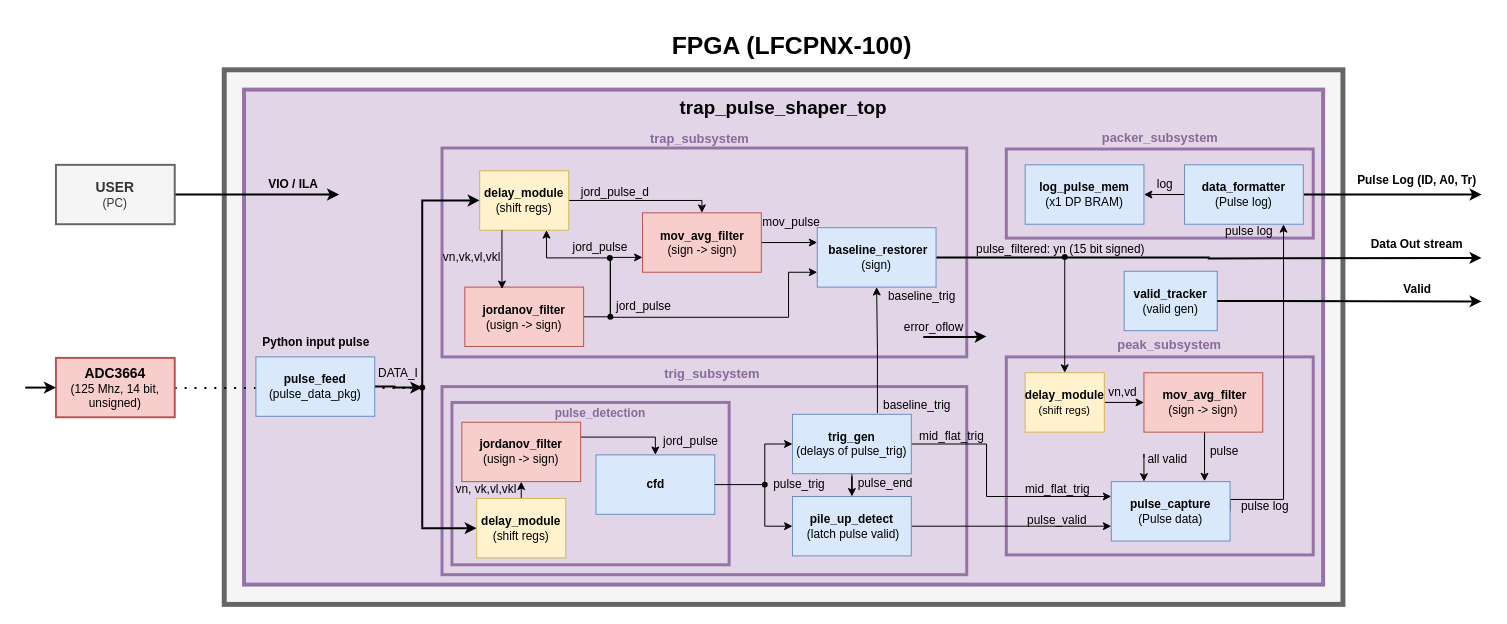
Before: docs/Trapezoidal_Pulse_Shaper_BD.drawio in mexarlg/trap_filter, a draw.io diagram. Source tidied: cells renumbered, new cells numbered last; positions are measured from the earlier drawing's top-left corner, leaving out a move shared by most shapes. Both pictures are drawn from the tidied source at 99%, with x=0, y=0 at pixel (25, 30).
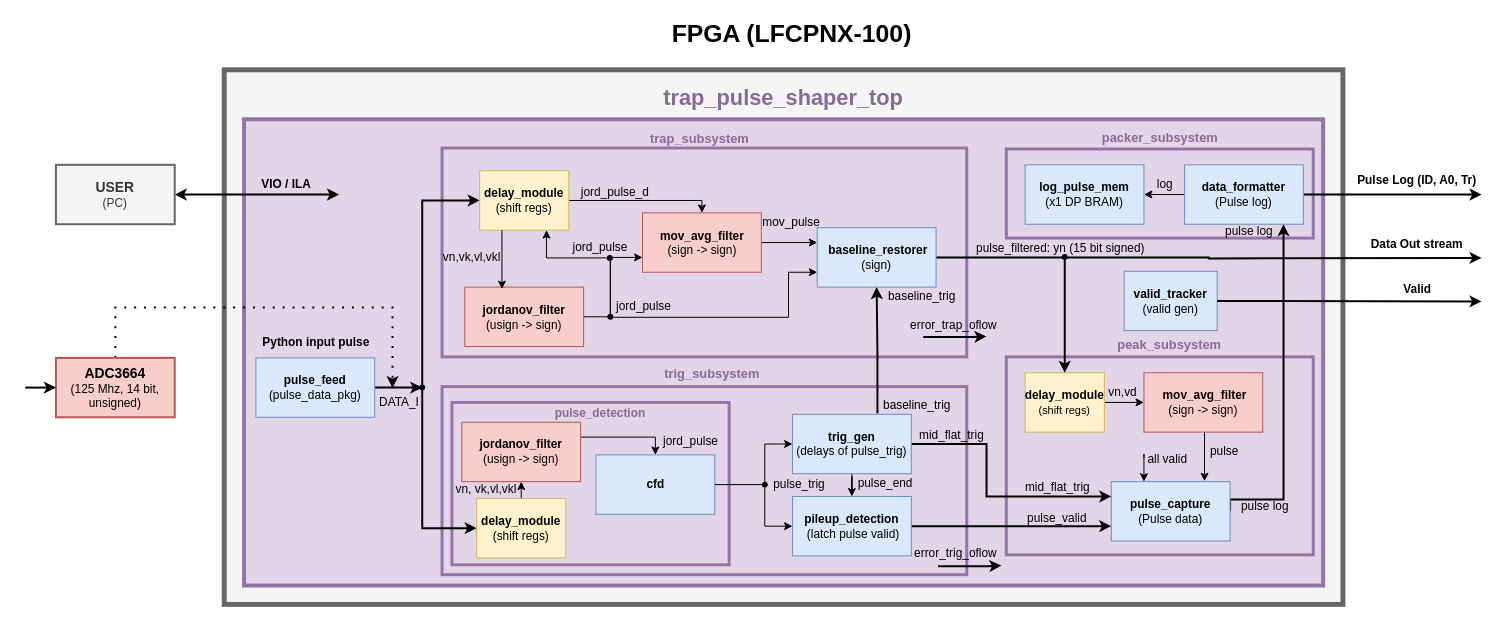
The same page after the edit.

Commit message (it also covers changes not shown here):
Added: pileup_detection module to assert if a pulse is valid or not due pileup. Changed top wrappers, tb environment, compilation scripts and ILA constraints.

The change refers to these unchanged cells:
```xml
<mxCell id="9" value="&lt;b&gt;&lt;font style=&quot;font-size: 14px;&quot;&gt;ADC3664&lt;/font&gt;&lt;/b&gt;&lt;div&gt;(125 Mhz, 14 bit, unsigned)&lt;/div&gt;" style="rounded=0;whiteSpace=wrap;html=1;fillColor=#f8cecc;strokeColor=#b85450;strokeWidth=2;" parent="1" vertex="1">
  <mxGeometry x="31" y="331" width="120" height="60" as="geometry" />
</mxCell>
<mxCell id="22" value="&lt;div&gt;&lt;span style=&quot;background-color: transparent; color: light-dark(rgb(0, 0, 0), rgb(255, 255, 255));&quot;&gt;&lt;b&gt;delay_module&lt;/b&gt;&lt;/span&gt;&lt;/div&gt;&lt;div&gt;&lt;span style=&quot;background-color: transparent; color: light-dark(rgb(0, 0, 0), rgb(255, 255, 255));&quot;&gt;&lt;font style=&quot;font-size: 11px;&quot;&gt;(shift regs)&lt;/font&gt;&lt;/span&gt;&lt;/div&gt;" style="rounded=0;whiteSpace=wrap;html=1;fillColor=#fff2cc;strokeColor=#d6b656;" parent="1" vertex="1">
  <mxGeometry x="1010" y="346" width="80" height="60" as="geometry" />
</mxCell>
<mxCell id="24" value="&lt;div&gt;&lt;span style=&quot;background-color: transparent; color: light-dark(rgb(0, 0, 0), rgb(255, 255, 255));&quot;&gt;&lt;b&gt;pulse_capture&lt;/b&gt;&lt;/span&gt;&lt;/div&gt;&lt;div&gt;&lt;span style=&quot;background-color: transparent; color: light-dark(rgb(0, 0, 0), rgb(255, 255, 255));&quot;&gt;(Pulse data)&lt;/span&gt;&lt;/div&gt;" style="rounded=0;whiteSpace=wrap;html=1;fillColor=#dae8fc;strokeColor=#6c8ebf;" parent="1" vertex="1">
  <mxGeometry x="1097" y="456" width="120" height="60" as="geometry" />
</mxCell>
<mxCell id="29" value="&lt;b&gt;&lt;font style=&quot;font-size: 14px;&quot;&gt;USER&lt;/font&gt;&lt;/b&gt;&lt;div&gt;(PC)&lt;/div&gt;" style="rounded=0;whiteSpace=wrap;html=1;fillColor=#f5f5f5;fontColor=#333333;strokeColor=#666666;strokeWidth=2;" parent="1" vertex="1">
  <mxGeometry x="31" y="136" width="120" height="60" as="geometry" />
</mxCell>
<mxCell id="38" value="&lt;b&gt;trig_gen&lt;/b&gt;&lt;div&gt;(delays of pulse_trig)&lt;/div&gt;" style="rounded=0;whiteSpace=wrap;html=1;fillColor=#dae8fc;strokeColor=#6c8ebf;" parent="1" vertex="1">
  <mxGeometry x="775" y="388" width="120" height="60" as="geometry" />
</mxCell>
<mxCell id="42" value="&lt;div&gt;&lt;span style=&quot;background-color: transparent; color: light-dark(rgb(0, 0, 0), rgb(255, 255, 255));&quot;&gt;&lt;b&gt;&amp;nbsp;baseline_restorer&lt;/b&gt;&lt;/span&gt;&lt;/div&gt;&lt;div&gt;&lt;span style=&quot;background-color: transparent; color: light-dark(rgb(0, 0, 0), rgb(255, 255, 255));&quot;&gt;(sign)&lt;/span&gt;&lt;/div&gt;" style="rounded=0;whiteSpace=wrap;html=1;fillColor=#dae8fc;strokeColor=#6c8ebf;" parent="1" vertex="1">
  <mxGeometry x="800" y="199.5" width="120" height="60" as="geometry" />
</mxCell>
<mxCell id="44" value="&lt;div&gt;&lt;b&gt;data_formatter&lt;/b&gt;&lt;/div&gt;&lt;div&gt;&lt;span style=&quot;background-color: transparent; color: light-dark(rgb(0, 0, 0), rgb(255, 255, 255));&quot;&gt;(Pulse log)&lt;/span&gt;&lt;/div&gt;" style="rounded=0;whiteSpace=wrap;html=1;fillColor=#dae8fc;strokeColor=#6c8ebf;" parent="1" vertex="1">
  <mxGeometry x="1171" y="136" width="120" height="60" as="geometry" />
</mxCell>
<mxCell id="71" style="shape=waypoint;sketch=0;fillStyle=solid;size=6;points=[];fillColor=none;perimeter=centerPerimeter;snapToPoint=1;" parent="1" vertex="1">
  <mxGeometry x="1040" y="219" width="20" height="20" as="geometry" />
</mxCell>
```

Change to the diagram source:
```diff
@@
     <mxCell id="3" style="rounded=0;whiteSpace=wrap;html=1;fillColor=#e1d5e7;strokeColor=#9673a6;strokeWidth=4;" parent="1" vertex="1">
-      <mxGeometry x="221" y="60" width="1090" height="500" as="geometry" />
+      <mxGeometry x="221" y="90" width="1090" height="471" as="geometry" />
     </mxCell>
@@
-    <mxCell id="8" style="edgeStyle=orthogonalEdgeStyle;rounded=0;jettySize=auto;html=1;entryX=0.75;entryY=1;entryDx=0;entryDy=0;dashed=1;dashPattern=1 4;endArrow=none;endFill=0;strokeWidth=2;" parent="1" edge="1" source="9" target="60">
+    <mxCell id="8" style="edgeStyle=orthogonalEdgeStyle;rounded=0;jettySize=auto;html=1;dashed=1;dashPattern=1 4;endArrow=classic;endFill=1;strokeWidth=2;" parent="1" edge="1" source="9">
       <mxGeometry relative="1" as="geometry">
+        <mxPoint x="371" y="361.5" as="targetPoint" />
         <Array as="points">
-          <mxPoint x="390.5" y="361" />
+          <mxPoint x="91" y="280" />
+          <mxPoint x="371" y="280" />
+          <mxPoint x="371" y="361.5" />
         </Array>
       </mxGeometry>
     </mxCell>
@@
-    <mxCell id="17" style="edgeStyle=orthogonalEdgeStyle;rounded=0;jettySize=auto;html=1;exitX=1;exitY=0.5;exitDx=0;exitDy=0;entryX=0;entryY=0.75;entryDx=0;entryDy=0;" parent="1" edge="1" source="18" target="24">
+    <mxCell id="17" style="edgeStyle=orthogonalEdgeStyle;rounded=0;jettySize=auto;html=1;exitX=1;exitY=0.5;exitDx=0;exitDy=0;entryX=0;entryY=0.75;entryDx=0;entryDy=0;strokeWidth=2;" parent="1" edge="1" source="18" target="24">
       <mxGeometry relative="1" as="geometry" />
     </mxCell>
-    <mxCell id="18" value="&lt;div&gt;&lt;b&gt;pile_up_detect&lt;/b&gt;&lt;/div&gt;&lt;div&gt;&amp;nbsp;(latch pulse valid)&lt;/div&gt;" style="rounded=0;whiteSpace=wrap;html=1;fillColor=#dae8fc;strokeColor=#6c8ebf;" parent="1" vertex="1">
+    <mxCell id="18" value="&lt;div&gt;&lt;b&gt;pileup_detection&lt;/b&gt;&lt;/div&gt;&lt;div&gt;&amp;nbsp;(latch pulse valid)&lt;/div&gt;" style="rounded=0;whiteSpace=wrap;html=1;fillColor=#dae8fc;strokeColor=#6c8ebf;" parent="1" vertex="1">
       <mxGeometry x="775" y="471" width="120" height="60" as="geometry" />
     </mxCell>
@@
-    <mxCell id="23" style="edgeStyle=orthogonalEdgeStyle;rounded=0;jettySize=auto;html=1;exitX=1;exitY=0.5;exitDx=0;exitDy=0;" parent="1" edge="1" source="24" target="44">
+    <mxCell id="23" style="edgeStyle=orthogonalEdgeStyle;rounded=0;jettySize=auto;html=1;exitX=1;exitY=0.5;exitDx=0;exitDy=0;strokeWidth=2;" parent="1" edge="1" source="24" target="44">
       <mxGeometry relative="1" as="geometry">
         <Array as="points">
           <mxPoint x="1271" y="474" />
         </Array>
       </mxGeometry>
     </mxCell>
@@
-    <mxCell id="25" style="endArrow=classic;html=1;rounded=0;entryX=0;entryY=0.5;entryDx=0;entryDy=0;strokeWidth=2;exitX=1;exitY=0.5;exitDx=0;exitDy=0;" parent="1" edge="1" source="29">
+    <mxCell id="25" style="endArrow=classic;html=1;rounded=0;entryX=0;entryY=0.5;entryDx=0;entryDy=0;strokeWidth=2;exitX=1;exitY=0.5;exitDx=0;exitDy=0;startArrow=classic;startFill=1;" parent="1" edge="1" source="29">
       <mxGeometry relative="1" as="geometry">
         <mxPoint x="317" y="166" as="targetPoint" />
       </mxGeometry>
     </mxCell>
@@
     <mxCell id="30" value="&lt;b&gt;&lt;font style=&quot;font-size: 25px;&quot;&gt;FPGA (LFCPNX-100)&lt;/font&gt;&lt;/b&gt;" style="text;html=1;whiteSpace=wrap;strokeColor=none;fillColor=none;align=center;verticalAlign=middle;rounded=0;" parent="1" vertex="1">
-      <mxGeometry x="626.5" width="295" height="30" as="geometry" />
+      <mxGeometry x="626.5" y="-13" width="295" height="30" as="geometry" />
     </mxCell>
@@
-    <mxCell id="34" value="&lt;b&gt;&lt;font&gt;trap_pulse_shaper_top&lt;/font&gt;&lt;/b&gt;" style="text;html=1;whiteSpace=wrap;strokeColor=none;fillColor=none;align=center;verticalAlign=middle;rounded=0;fontSize=19;" parent="1" vertex="1">
-      <mxGeometry x="692.9" y="74" width="146.2" height="9" as="geometry" />
+    <mxCell id="34" value="&lt;font&gt;trap_pulse_shaper_top&lt;/font&gt;" style="text;html=1;whiteSpace=wrap;strokeColor=none;fillColor=none;align=center;verticalAlign=middle;rounded=0;fontSize=22;fontColor=#896999;fontStyle=1;" parent="1" vertex="1">
+      <mxGeometry x="692.9" y="64" width="146.2" height="9" as="geometry" />
     </mxCell>
-    <mxCell id="35" style="edgeStyle=orthogonalEdgeStyle;rounded=0;jettySize=auto;html=1;exitX=0.715;exitY=-0.02;exitDx=0;exitDy=0;entryX=0.5;entryY=1;entryDx=0;entryDy=0;exitPerimeter=0;" parent="1" edge="1" source="38" target="42">
+    <mxCell id="35" style="edgeStyle=orthogonalEdgeStyle;rounded=0;jettySize=auto;html=1;exitX=0.715;exitY=-0.02;exitDx=0;exitDy=0;entryX=0.5;entryY=1;entryDx=0;entryDy=0;exitPerimeter=0;strokeWidth=2;" parent="1" edge="1" source="38" target="42">
       <mxGeometry relative="1" as="geometry" />
     </mxCell>
-    <mxCell id="36" style="edgeStyle=orthogonalEdgeStyle;rounded=0;jettySize=auto;html=1;exitX=1;exitY=0.5;exitDx=0;exitDy=0;entryX=0;entryY=0.25;entryDx=0;entryDy=0;" parent="1" edge="1" source="38" target="24">
+    <mxCell id="36" style="edgeStyle=orthogonalEdgeStyle;rounded=0;jettySize=auto;html=1;exitX=1;exitY=0.5;exitDx=0;exitDy=0;entryX=0;entryY=0.25;entryDx=0;entryDy=0;strokeWidth=2;" parent="1" edge="1" source="38" target="24">
       <mxGeometry relative="1" as="geometry">
         <Array as="points">
           <mxPoint x="971" y="418" />
           <mxPoint x="971" y="471" />
         </Array>
       </mxGeometry>
     </mxCell>
@@
     <mxCell id="45" value="pulse_filtered: yn (15 bit signed)" style="text;html=1;whiteSpace=wrap;strokeColor=none;fillColor=none;align=center;verticalAlign=middle;rounded=0;" parent="1" vertex="1">
-      <mxGeometry x="951" y="207" width="190" height="30" as="geometry" />
+      <mxGeometry x="951" y="206" width="190" height="30" as="geometry" />
     </mxCell>
@@
     <mxCell id="60" value="DATA_I" style="text;html=1;whiteSpace=wrap;strokeColor=none;fillColor=none;align=center;verticalAlign=middle;rounded=0;" parent="1" vertex="1">
-      <mxGeometry x="354" y="331.5" width="46" height="30" as="geometry" />
+      <mxGeometry x="360" y="367" width="36" height="18" as="geometry" />
     </mxCell>
@@
     <mxCell id="62" value="pulse_valid" style="text;html=1;whiteSpace=wrap;strokeColor=none;fillColor=none;align=center;verticalAlign=middle;rounded=0;" parent="1" vertex="1">
-      <mxGeometry x="1012" y="492" width="61" height="6" as="geometry" />
+      <mxGeometry x="1012" y="490" width="61" height="6" as="geometry" />
     </mxCell>
@@
     <mxCell id="65" value="&lt;div&gt;&lt;span style=&quot;background-color: transparent; color: light-dark(rgb(0, 0, 0), rgb(255, 255, 255));&quot;&gt;&lt;b&gt;pulse_feed&lt;/b&gt;&lt;/span&gt;&lt;/div&gt;&lt;div&gt;&lt;span style=&quot;background-color: transparent; color: light-dark(rgb(0, 0, 0), rgb(255, 255, 255));&quot;&gt;(pulse_data_pkg)&lt;/span&gt;&lt;/div&gt;" style="rounded=0;whiteSpace=wrap;html=1;fillColor=#dae8fc;strokeColor=#6c8ebf;" parent="1" vertex="1">
-      <mxGeometry x="233" y="330" width="120" height="60" as="geometry" />
+      <mxGeometry x="233" y="331" width="120" height="60" as="geometry" />
     </mxCell>
@@
-    <mxCell id="70" style="edgeStyle=orthogonalEdgeStyle;rounded=0;jettySize=auto;html=1;" parent="1" edge="1" source="71" target="22">
+    <mxCell id="70" style="edgeStyle=orthogonalEdgeStyle;rounded=0;jettySize=auto;html=1;strokeWidth=2;" parent="1" edge="1" source="71" target="22">
       <mxGeometry relative="1" as="geometry" />
     </mxCell>
@@
-    <mxCell id="81" value="error_oflow" style="text;html=1;whiteSpace=wrap;strokeColor=none;fillColor=none;align=center;verticalAlign=middle;rounded=0;" parent="1" vertex="1">
-      <mxGeometry x="898" y="297.5" width="40" height="5" as="geometry" />
+    <mxCell id="81" value="error_trap_oflow" style="text;html=1;whiteSpace=wrap;strokeColor=none;fillColor=none;align=center;verticalAlign=middle;rounded=0;" parent="1" vertex="1">
+      <mxGeometry x="918" y="295.5" width="40" height="5" as="geometry" />
     </mxCell>
@@
     <mxCell id="84" value="mid_flat_trig" style="text;html=1;whiteSpace=wrap;strokeColor=none;fillColor=none;align=center;verticalAlign=middle;rounded=0;" parent="1" vertex="1">
-      <mxGeometry x="1012" y="459.5" width="61.5" height="9" as="geometry" />
+      <mxGeometry x="1012" y="457.5" width="61.5" height="9" as="geometry" />
     </mxCell>
@@
     <mxCell id="90" value="&lt;b&gt;VIO / ILA&lt;/b&gt;" style="text;html=1;whiteSpace=wrap;strokeColor=none;fillColor=none;align=center;verticalAlign=middle;rounded=0;" parent="1" vertex="1">
-      <mxGeometry x="241" y="148" width="60" height="16" as="geometry" />
+      <mxGeometry x="234" y="148" width="60" height="16" as="geometry" />
     </mxCell>
@@
     <mxCell id="97" value="mid_flat_trig" style="text;html=1;whiteSpace=wrap;strokeColor=none;fillColor=none;align=center;verticalAlign=middle;rounded=0;" parent="1" vertex="1">
-      <mxGeometry x="905" y="405" width="61.5" height="9" as="geometry" />
+      <mxGeometry x="905" y="404" width="61.5" height="9" as="geometry" />
     </mxCell>
+    <mxCell id="98" style="edgeStyle=orthogonalEdgeStyle;rounded=0;orthogonalLoop=1;jettySize=auto;html=1;exitX=1;exitY=0.5;exitDx=0;exitDy=0;strokeWidth=2;" parent="1" edge="1">
+      <mxGeometry relative="1" as="geometry">
+        <mxPoint x="922" y="541.4" as="sourcePoint" />
+        <mxPoint x="986" y="540.8" as="targetPoint" />
+        <Array as="points">
+          <mxPoint x="972" y="541.4" />
+        </Array>
+      </mxGeometry>
+    </mxCell>
+    <mxCell id="99" value="error_trig_oflow" style="text;html=1;whiteSpace=wrap;strokeColor=none;fillColor=none;align=center;verticalAlign=middle;rounded=0;" parent="1" vertex="1">
+      <mxGeometry x="920" y="526" width="40" height="5" as="geometry" />
+    </mxCell>
```
